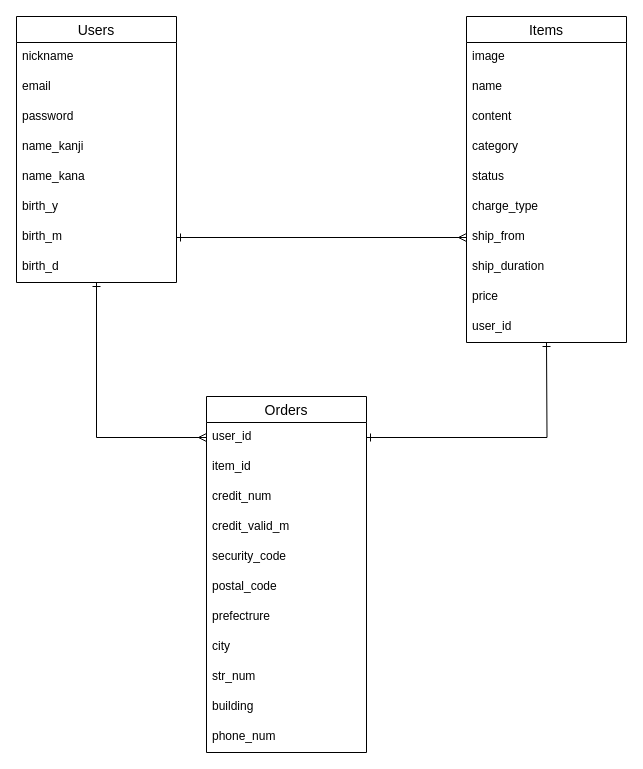
Above: ER.dio in daiki-mrt/furima-31052 (draw.io), before the change. Source tidied: cells renumbered, new cells numbered last; positions are measured from the earlier drawing's top-left corner, leaving out a move shared by most shapes. Both pictures are drawn from the tidied source at 100%, with x=0, y=0 at pixel (16, 16).
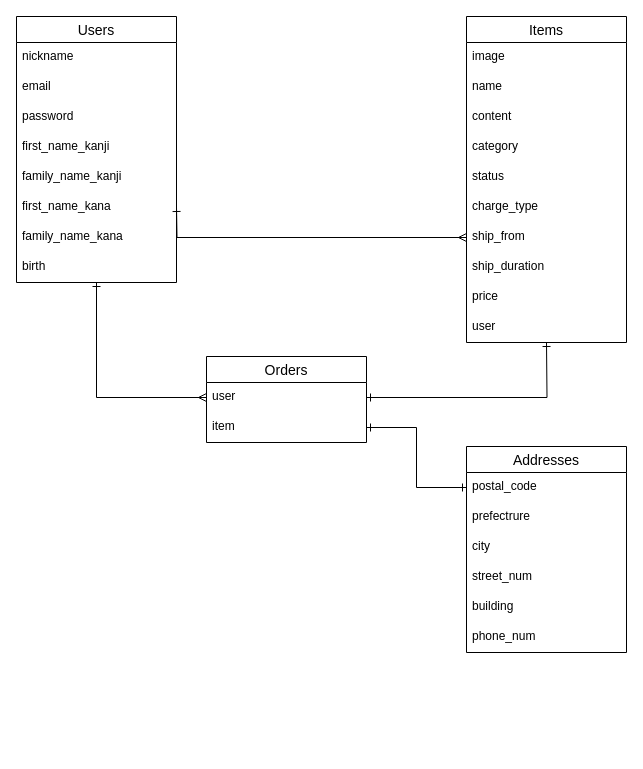
The same diagram, later.

Commit message (it also covers changes not shown here):
READMEのDB設計の修正

The change refers to these unchanged cells:
```xml
<mxCell id="2" value="Users" style="swimlane;fontStyle=0;horizontal=1;startSize=26;align=center;fontSize=14;" parent="1" vertex="1">
  <mxGeometry width="160" height="266" as="geometry" />
</mxCell>
<mxCell id="11" value="Items" style="swimlane;fontStyle=0;horizontal=1;startSize=26;align=center;fontSize=14;" parent="1" vertex="1">
  <mxGeometry x="450" width="160" height="326" as="geometry" />
</mxCell>
<mxCell id="18" value="ship_from" style="text;strokeColor=none;fillColor=none;spacingLeft=4;spacingRight=4;overflow=hidden;points=[[0,0.5],[1,0.5]];portConstraint=eastwest;fontSize=12;" parent="11" vertex="1">
  <mxGeometry y="206" width="160" height="30" as="geometry" />
</mxCell>
```

Change to the diagram source:
```diff
@@
-    <mxCell id="6" value="name_kanji" style="text;strokeColor=none;fillColor=none;spacingLeft=4;spacingRight=4;overflow=hidden;fontSize=12;" parent="2" vertex="1">
+    <mxCell id="6" value="first_name_kanji" style="text;strokeColor=none;fillColor=none;spacingLeft=4;spacingRight=4;overflow=hidden;fontSize=12;" parent="2" vertex="1">
       <mxGeometry y="116" width="160" height="30" as="geometry" />
     </mxCell>
+    <mxCell id="37" value="family_name_kanji" style="text;strokeColor=none;fillColor=none;spacingLeft=4;spacingRight=4;overflow=hidden;fontSize=12;" parent="2" vertex="1">
+      <mxGeometry y="146" width="160" height="30" as="geometry" />
+    </mxCell>
-    <mxCell id="7" value="name_kana" style="text;strokeColor=none;fillColor=none;spacingLeft=4;spacingRight=4;overflow=hidden;fontSize=12;" parent="2" vertex="1">
-      <mxGeometry y="146" width="160" height="30" as="geometry" />
+    <mxCell id="7" value="first_name_kana" style="text;strokeColor=none;fillColor=none;spacingLeft=4;spacingRight=4;overflow=hidden;fontSize=12;" parent="2" vertex="1">
+      <mxGeometry y="176" width="160" height="30" as="geometry" />
     </mxCell>
-    <mxCell id="8" value="birth_y" style="text;strokeColor=none;fillColor=none;spacingLeft=4;spacingRight=4;overflow=hidden;fontSize=12;" parent="2" vertex="1">
-      <mxGeometry y="176" width="160" height="30" as="geometry" />
-    </mxCell>
-    <mxCell id="9" value="birth_m" style="text;strokeColor=none;fillColor=none;spacingLeft=4;spacingRight=4;overflow=hidden;points=[[0,0.5],[1,0.5]];portConstraint=eastwest;fontSize=12;" parent="2" vertex="1">
-      <mxGeometry y="206" width="160" height="30" as="geometry" />
-    </mxCell>
+    <mxCell id="38" value="family_name_kana" style="text;strokeColor=none;fillColor=none;spacingLeft=4;spacingRight=4;overflow=hidden;fontSize=12;" parent="2" vertex="1">
+      <mxGeometry y="206" width="160" height="30" as="geometry" />
+    </mxCell>
-    <mxCell id="10" value="birth_d" style="text;strokeColor=none;fillColor=none;spacingLeft=4;spacingRight=4;overflow=hidden;fontSize=12;" parent="2" vertex="1">
+    <mxCell id="10" value="birth" style="text;strokeColor=none;fillColor=none;spacingLeft=4;spacingRight=4;overflow=hidden;fontSize=12;" parent="2" vertex="1">
       <mxGeometry y="236" width="160" height="30" as="geometry" />
     </mxCell>
@@
-    <mxCell id="21" value="user_id" style="text;strokeColor=none;fillColor=none;spacingLeft=4;spacingRight=4;overflow=hidden;fontSize=12;" parent="11" vertex="1">
+    <mxCell id="21" value="user" style="text;strokeColor=none;fillColor=none;spacingLeft=4;spacingRight=4;overflow=hidden;fontSize=12;" parent="11" vertex="1">
       <mxGeometry y="296" width="160" height="30" as="geometry" />
     </mxCell>
+    <mxCell id="34" style="edgeStyle=orthogonalEdgeStyle;rounded=0;jettySize=auto;html=1;exitX=1;exitY=0.5;exitDx=0;exitDy=0;endArrow=ERmany;endFill=0;startArrow=ERone;startFill=0;" parent="1" edge="1" target="18">
+      <mxGeometry relative="1" as="geometry">
+        <mxPoint x="160" y="191" as="sourcePoint" />
+      </mxGeometry>
+    </mxCell>
+    <mxCell id="35" style="edgeStyle=orthogonalEdgeStyle;rounded=0;jettySize=auto;html=1;endArrow=ERmany;endFill=0;startArrow=ERone;startFill=0;entryX=0;entryY=0.5;entryDx=0;entryDy=0;" parent="1" edge="1" source="2" target="23">
+      <mxGeometry relative="1" as="geometry" />
+    </mxCell>
+    <mxCell id="36" style="edgeStyle=orthogonalEdgeStyle;rounded=0;jettySize=auto;html=1;endArrow=ERone;endFill=0;startArrow=ERone;startFill=0;entryX=1;entryY=0.5;entryDx=0;entryDy=0;" parent="1" edge="1" target="23">
+      <mxGeometry relative="1" as="geometry">
+        <mxPoint x="530" y="326" as="sourcePoint" />
+      </mxGeometry>
+    </mxCell>
     <mxCell id="22" value="Orders" style="swimlane;fontStyle=0;horizontal=1;startSize=26;align=center;fontSize=14;" parent="1" vertex="1">
-      <mxGeometry x="190" y="380" width="160" height="356" as="geometry" />
+      <mxGeometry x="190" y="340" width="160" height="86" as="geometry" />
     </mxCell>
-    <mxCell id="23" value="user_id" style="text;strokeColor=none;fillColor=none;spacingLeft=4;spacingRight=4;overflow=hidden;points=[[0,0.5],[1,0.5]];portConstraint=eastwest;fontSize=12;" parent="22" vertex="1">
+    <mxCell id="23" value="user" style="text;strokeColor=none;fillColor=none;spacingLeft=4;spacingRight=4;overflow=hidden;points=[[0,0.5],[1,0.5]];portConstraint=eastwest;fontSize=12;" parent="22" vertex="1">
       <mxGeometry y="26" width="160" height="30" as="geometry" />
     </mxCell>
-    <mxCell id="24" value="item_id" style="text;strokeColor=none;fillColor=none;spacingLeft=4;spacingRight=4;overflow=hidden;points=[[0,0.5],[1,0.5]];portConstraint=eastwest;fontSize=12;" parent="22" vertex="1">
+    <mxCell id="24" value="item" style="text;strokeColor=none;fillColor=none;spacingLeft=4;spacingRight=4;overflow=hidden;points=[[0,0.5],[1,0.5]];portConstraint=eastwest;fontSize=12;" parent="22" vertex="1">
       <mxGeometry y="56" width="160" height="30" as="geometry" />
     </mxCell>
-    <mxCell id="25" value="credit_num" style="text;strokeColor=none;fillColor=none;spacingLeft=4;spacingRight=4;overflow=hidden;fontSize=12;" parent="22" vertex="1">
-      <mxGeometry y="86" width="160" height="30" as="geometry" />
-    </mxCell>
-    <mxCell id="26" value="credit_valid_m" style="text;strokeColor=none;fillColor=none;spacingLeft=4;spacingRight=4;overflow=hidden;fontSize=12;" parent="22" vertex="1">
-      <mxGeometry y="116" width="160" height="30" as="geometry" />
-    </mxCell>
-    <mxCell id="27" value="security_code" style="text;strokeColor=none;fillColor=none;spacingLeft=4;spacingRight=4;overflow=hidden;fontSize=12;" parent="22" vertex="1">
-      <mxGeometry y="146" width="160" height="30" as="geometry" />
-    </mxCell>
+    <mxCell id="39" style="edgeStyle=orthogonalEdgeStyle;rounded=0;jettySize=auto;html=1;entryX=0;entryY=0.5;entryDx=0;entryDy=0;startArrow=ERone;startFill=0;endArrow=ERone;endFill=0;" parent="1" edge="1" source="24" target="28">
+      <mxGeometry relative="1" as="geometry" />
+    </mxCell>
+    <mxCell id="40" value="Addresses" style="swimlane;fontStyle=0;horizontal=1;startSize=26;align=center;fontSize=14;" parent="1" vertex="1">
+      <mxGeometry x="450" y="430" width="160" height="206" as="geometry" />
+    </mxCell>
-    <mxCell id="28" value="postal_code" style="text;strokeColor=none;fillColor=none;spacingLeft=4;spacingRight=4;overflow=hidden;points=[[0,0.5],[1,0.5]];portConstraint=eastwest;fontSize=12;" parent="22" vertex="1">
-      <mxGeometry y="176" width="160" height="30" as="geometry" />
+    <mxCell id="28" value="postal_code" style="text;strokeColor=none;fillColor=none;spacingLeft=4;spacingRight=4;overflow=hidden;points=[[0,0.5],[1,0.5]];portConstraint=eastwest;fontSize=12;" parent="40" vertex="1">
+      <mxGeometry y="26" width="160" height="30" as="geometry" />
     </mxCell>
-    <mxCell id="29" value="prefectrure" style="text;strokeColor=none;fillColor=none;spacingLeft=4;spacingRight=4;overflow=hidden;fontSize=12;" parent="22" vertex="1">
-      <mxGeometry y="206" width="160" height="30" as="geometry" />
+    <mxCell id="29" value="prefectrure" style="text;strokeColor=none;fillColor=none;spacingLeft=4;spacingRight=4;overflow=hidden;fontSize=12;" parent="40" vertex="1">
+      <mxGeometry y="56" width="160" height="30" as="geometry" />
     </mxCell>
-    <mxCell id="30" value="city" style="text;strokeColor=none;fillColor=none;spacingLeft=4;spacingRight=4;overflow=hidden;fontSize=12;" parent="22" vertex="1">
-      <mxGeometry y="236" width="160" height="30" as="geometry" />
+    <mxCell id="30" value="city" style="text;strokeColor=none;fillColor=none;spacingLeft=4;spacingRight=4;overflow=hidden;fontSize=12;" parent="40" vertex="1">
+      <mxGeometry y="86" width="160" height="30" as="geometry" />
     </mxCell>
-    <mxCell id="31" value="str_num" style="text;strokeColor=none;fillColor=none;spacingLeft=4;spacingRight=4;overflow=hidden;fontSize=12;" parent="22" vertex="1">
-      <mxGeometry y="266" width="160" height="30" as="geometry" />
+    <mxCell id="31" value="street_num" style="text;strokeColor=none;fillColor=none;spacingLeft=4;spacingRight=4;overflow=hidden;fontSize=12;" parent="40" vertex="1">
+      <mxGeometry y="116" width="160" height="30" as="geometry" />
     </mxCell>
-    <mxCell id="32" value="building" style="text;strokeColor=none;fillColor=none;spacingLeft=4;spacingRight=4;overflow=hidden;fontSize=12;" parent="22" vertex="1">
-      <mxGeometry y="296" width="160" height="30" as="geometry" />
+    <mxCell id="32" value="building" style="text;strokeColor=none;fillColor=none;spacingLeft=4;spacingRight=4;overflow=hidden;fontSize=12;" parent="40" vertex="1">
+      <mxGeometry y="146" width="160" height="30" as="geometry" />
     </mxCell>
-    <mxCell id="33" value="phone_num" style="text;strokeColor=none;fillColor=none;spacingLeft=4;spacingRight=4;overflow=hidden;fontSize=12;" parent="22" vertex="1">
-      <mxGeometry y="326" width="160" height="30" as="geometry" />
+    <mxCell id="33" value="phone_num" style="text;strokeColor=none;fillColor=none;spacingLeft=4;spacingRight=4;overflow=hidden;fontSize=12;" parent="40" vertex="1">
+      <mxGeometry y="176" width="160" height="30" as="geometry" />
     </mxCell>
-    <mxCell id="34" style="edgeStyle=orthogonalEdgeStyle;rounded=0;jettySize=auto;html=1;exitX=1;exitY=0.5;exitDx=0;exitDy=0;endArrow=ERmany;endFill=0;startArrow=ERone;startFill=0;" parent="1" edge="1" source="9" target="18">
-      <mxGeometry relative="1" as="geometry" />
-    </mxCell>
-    <mxCell id="35" style="edgeStyle=orthogonalEdgeStyle;rounded=0;jettySize=auto;html=1;endArrow=ERmany;endFill=0;startArrow=ERone;startFill=0;entryX=0;entryY=0.5;entryDx=0;entryDy=0;" parent="1" edge="1" source="2" target="23">
-      <mxGeometry relative="1" as="geometry" />
-    </mxCell>
-    <mxCell id="36" style="edgeStyle=orthogonalEdgeStyle;rounded=0;jettySize=auto;html=1;endArrow=ERone;endFill=0;startArrow=ERone;startFill=0;entryX=1;entryY=0.5;entryDx=0;entryDy=0;" parent="1" edge="1" target="23">
-      <mxGeometry relative="1" as="geometry">
-        <mxPoint x="530" y="326" as="sourcePoint" />
-      </mxGeometry>
-    </mxCell>
```
